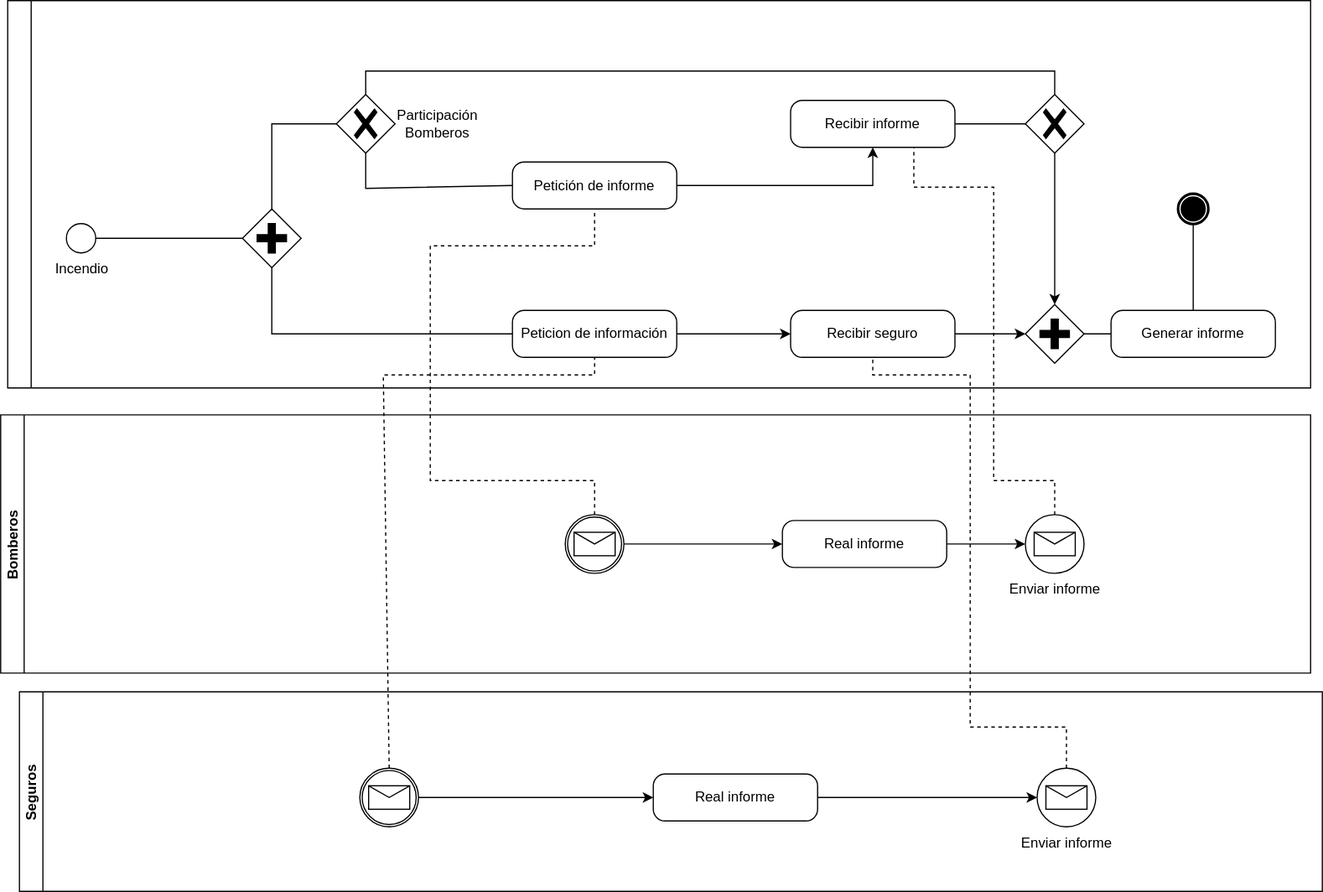
This is lab2/svgs/supuesto1.svg from javimlopez/INRE-UAL-Azul-2022, a draw.io export, as it was before one commit. Source tidied: cells renumbered, new cells last; positions are measured from the earlier drawing's top-left corner, leaving out a move shared by most shapes.
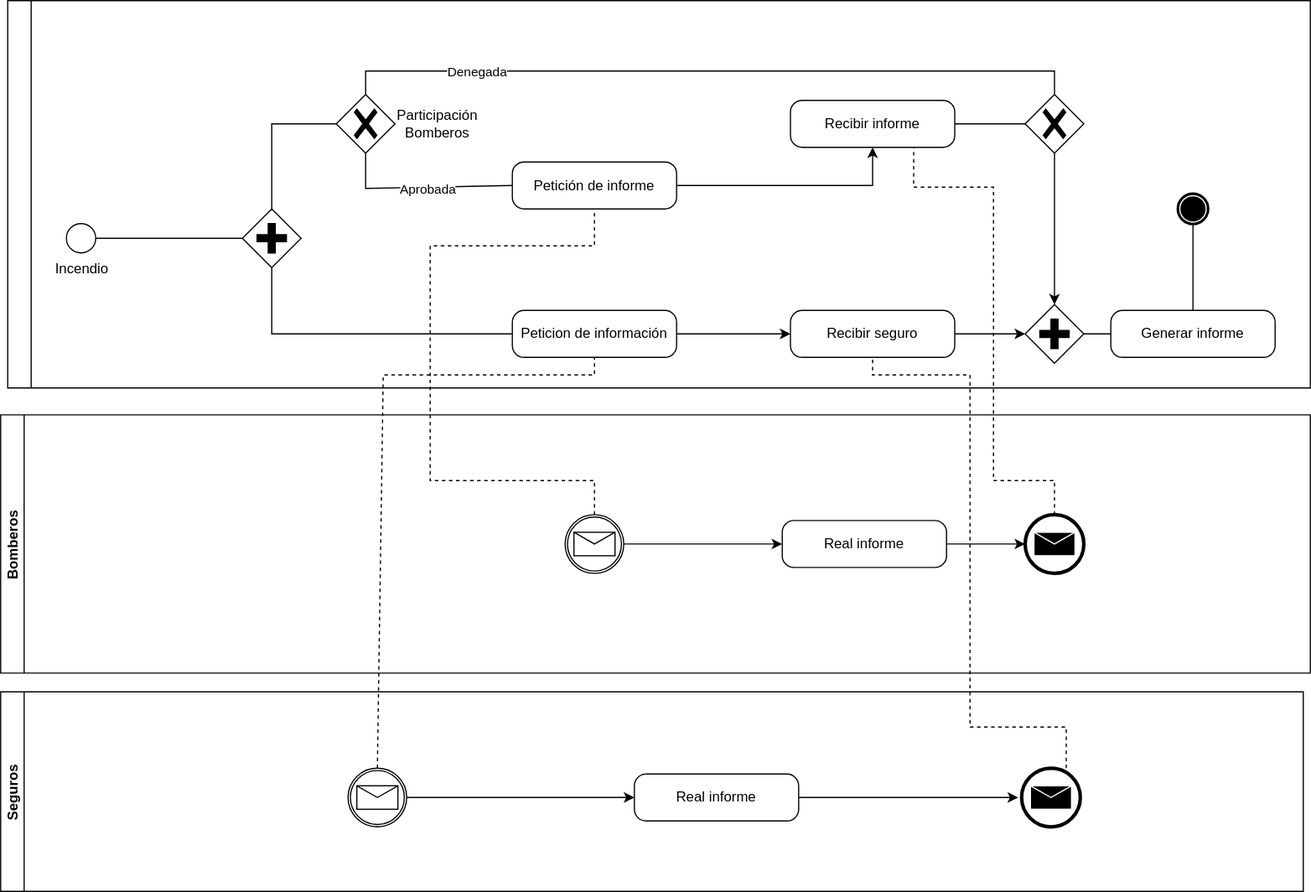
After the commit.

Commit message:
commmit lab1  35

What changed in the source:
```diff
@@ -41,9 +41,13 @@
       <mxGeometry relative="1" as="geometry">
         <Array as="points">
           <mxPoint x="305" y="160" />
+          <mxPoint x="360" y="159" />
         </Array>
       </mxGeometry>
     </mxCell>
+    <mxCell id="42" value="Aprobada" style="edgeLabel;html=1;align=center;verticalAlign=middle;" parent="11" vertex="1">
+      <mxGeometry x="0.06" y="-1" relative="1" as="geometry" />
+    </mxCell>
     <mxCell id="12" style="edgeStyle=orthogonalEdgeStyle;rounded=0;jettySize=auto;html=1;exitX=1;exitY=0.5;exitDx=0;exitDy=0;exitPerimeter=0;entryX=0;entryY=0.5;entryDx=0;entryDy=0;entryPerimeter=0;" parent="2" edge="1" source="13" target="17">
       <mxGeometry relative="1" as="geometry" />
     </mxCell>
@@ -85,6 +89,9 @@
         </Array>
       </mxGeometry>
     </mxCell>
+    <mxCell id="43" value="Denegada" style="edgeLabel;html=1;align=center;verticalAlign=middle;" parent="23" vertex="1">
+      <mxGeometry x="-0.64" relative="1" as="geometry" />
+    </mxCell>
     <mxCell id="24" style="edgeStyle=orthogonalEdgeStyle;rounded=0;jettySize=auto;html=1;exitX=1;exitY=0.5;exitDx=0;exitDy=0;exitPerimeter=0;entryX=0.5;entryY=1;entryDx=0;entryDy=0;entryPerimeter=0;" parent="2" edge="1" source="25" target="21">
       <mxGeometry relative="1" as="geometry" />
     </mxCell>
@@ -100,33 +107,37 @@
     <mxCell id="28" style="points=[[0.145,0.145,0],[0.5,0,0],[0.855,0.145,0],[1,0.5,0],[0.855,0.855,0],[0.5,1,0],[0.145,0.855,0],[0,0.5,0]];shape=mxgraph.bpmn.event;html=1;verticalLabelPosition=bottom;labelBackgroundColor=#ffffff;verticalAlign=top;align=center;perimeter=ellipsePerimeter;outlineConnect=0;outline=boundInt;symbol=message;" parent="26" vertex="1">
       <mxGeometry x="481" y="85" width="50" height="50" as="geometry" />
     </mxCell>
-    <mxCell id="29" style="edgeStyle=orthogonalEdgeStyle;rounded=0;jettySize=auto;html=1;entryX=0;entryY=0.5;entryDx=0;entryDy=0;entryPerimeter=0;" parent="26" edge="1" source="30" target="31">
-      <mxGeometry relative="1" as="geometry" />
+    <mxCell id="29" style="edgeStyle=orthogonalEdgeStyle;rounded=0;jettySize=auto;html=1;entryX=0;entryY=0.5;entryDx=0;entryDy=0;entryPerimeter=0;" parent="26" edge="1" source="30">
+      <mxGeometry relative="1" as="geometry">
+        <mxPoint x="873" y="110" as="targetPoint" />
+      </mxGeometry>
     </mxCell>
     <mxCell id="30" value="Real informe" style="points=[[0.25,0,0],[0.5,0,0],[0.75,0,0],[1,0.25,0],[1,0.5,0],[1,0.75,0],[0.75,1,0],[0.5,1,0],[0.25,1,0],[0,0.75,0],[0,0.5,0],[0,0.25,0]];shape=mxgraph.bpmn.task;whiteSpace=wrap;rectStyle=rounded;size=10;taskMarker=abstract;" parent="26" vertex="1">
       <mxGeometry x="666" y="90" width="140" height="40" as="geometry" />
     </mxCell>
-    <mxCell id="31" value="Enviar informe" style="points=[[0.145,0.145,0],[0.5,0,0],[0.855,0.145,0],[1,0.5,0],[0.855,0.855,0],[0.5,1,0],[0.145,0.855,0],[0,0.5,0]];shape=mxgraph.bpmn.event;html=1;verticalLabelPosition=bottom;labelBackgroundColor=#ffffff;verticalAlign=top;align=center;perimeter=ellipsePerimeter;outlineConnect=0;outline=standard;symbol=message;" parent="26" vertex="1">
-      <mxGeometry x="873" y="85" width="50" height="50" as="geometry" />
-    </mxCell>
+    <mxCell id="44" style="shape=mxgraph.bpmn.event;html=1;verticalLabelPosition=bottom;labelBackgroundColor=#ffffff;verticalAlign=top;align=center;perimeter=ellipsePerimeter;outline=end;symbol=message;" parent="26" vertex="1">
+      <mxGeometry x="873" y="85" width="50" height="50" as="geometry" />
+    </mxCell>
     <mxCell id="32" value="Seguros" style="swimlane;startSize=20;horizontal=0;" parent="1" vertex="1">
-      <mxGeometry x="16" y="589" width="1110" height="170" as="geometry" />
+      <mxGeometry y="589" width="1110" height="170" as="geometry" />
     </mxCell>
     <mxCell id="33" style="edgeStyle=orthogonalEdgeStyle;rounded=0;jettySize=auto;html=1;entryX=0;entryY=0.5;entryDx=0;entryDy=0;entryPerimeter=0;" parent="32" edge="1" source="34" target="36">
       <mxGeometry relative="1" as="geometry" />
     </mxCell>
     <mxCell id="34" style="points=[[0.145,0.145,0],[0.5,0,0],[0.855,0.145,0],[1,0.5,0],[0.855,0.855,0],[0.5,1,0],[0.145,0.855,0],[0,0.5,0]];shape=mxgraph.bpmn.event;html=1;verticalLabelPosition=bottom;labelBackgroundColor=#ffffff;verticalAlign=top;align=center;perimeter=ellipsePerimeter;outlineConnect=0;outline=boundInt;symbol=message;" parent="32" vertex="1">
-      <mxGeometry x="290" y="65" width="50" height="50" as="geometry" />
+      <mxGeometry x="296" y="65" width="50" height="50" as="geometry" />
     </mxCell>
-    <mxCell id="35" style="edgeStyle=orthogonalEdgeStyle;rounded=0;jettySize=auto;html=1;entryX=0;entryY=0.5;entryDx=0;entryDy=0;entryPerimeter=0;" parent="32" edge="1" source="36" target="37">
-      <mxGeometry relative="1" as="geometry" />
+    <mxCell id="35" style="edgeStyle=orthogonalEdgeStyle;rounded=0;jettySize=auto;html=1;entryX=0;entryY=0.5;entryDx=0;entryDy=0;entryPerimeter=0;" parent="32" edge="1" source="36">
+      <mxGeometry relative="1" as="geometry">
+        <mxPoint x="867" y="90" as="targetPoint" />
+      </mxGeometry>
     </mxCell>
     <mxCell id="36" value="Real informe" style="points=[[0.25,0,0],[0.5,0,0],[0.75,0,0],[1,0.25,0],[1,0.5,0],[1,0.75,0],[0.75,1,0],[0.5,1,0],[0.25,1,0],[0,0.75,0],[0,0.5,0],[0,0.25,0]];shape=mxgraph.bpmn.task;whiteSpace=wrap;rectStyle=rounded;size=10;taskMarker=abstract;" parent="32" vertex="1">
       <mxGeometry x="540" y="70" width="140" height="40" as="geometry" />
     </mxCell>
-    <mxCell id="37" value="Enviar informe" style="points=[[0.145,0.145,0],[0.5,0,0],[0.855,0.145,0],[1,0.5,0],[0.855,0.855,0],[0.5,1,0],[0.145,0.855,0],[0,0.5,0]];shape=mxgraph.bpmn.event;html=1;verticalLabelPosition=bottom;labelBackgroundColor=#ffffff;verticalAlign=top;align=center;perimeter=ellipsePerimeter;outlineConnect=0;outline=standard;symbol=message;" parent="32" vertex="1">
-      <mxGeometry x="867" y="65" width="50" height="50" as="geometry" />
-    </mxCell>
+    <mxCell id="45" style="shape=mxgraph.bpmn.event;html=1;verticalLabelPosition=bottom;labelBackgroundColor=#ffffff;verticalAlign=top;align=center;perimeter=ellipsePerimeter;outline=end;symbol=message;" parent="32" vertex="1">
+      <mxGeometry x="870" y="65" width="50" height="50" as="geometry" />
+    </mxCell>
     <mxCell id="38" style="endArrow=none;dashed=1;html=1;rounded=0;exitX=0.5;exitY=0;exitDx=0;exitDy=0;exitPerimeter=0;entryX=0.5;entryY=1;entryDx=0;entryDy=0;entryPerimeter=0;" parent="1" edge="1" source="28" target="25">
       <mxGeometry relative="1" as="geometry">
         <Array as="points">
@@ -137,8 +148,9 @@
         </Array>
       </mxGeometry>
     </mxCell>
-    <mxCell id="39" style="endArrow=none;dashed=1;html=1;rounded=0;entryX=0.75;entryY=1;entryDx=0;entryDy=0;entryPerimeter=0;exitX=0.5;exitY=0;exitDx=0;exitDy=0;exitPerimeter=0;" parent="1" edge="1" source="31" target="21">
+    <mxCell id="39" style="endArrow=none;dashed=1;html=1;rounded=0;entryX=0.75;entryY=1;entryDx=0;entryDy=0;entryPerimeter=0;exitX=0.5;exitY=0;exitDx=0;exitDy=0;exitPerimeter=0;" parent="1" edge="1" target="21">
       <mxGeometry relative="1" as="geometry">
+        <mxPoint x="898" y="438" as="sourcePoint" />
         <Array as="points">
           <mxPoint x="898" y="409" />
           <mxPoint x="846" y="409" />
@@ -155,8 +167,9 @@
         </Array>
       </mxGeometry>
     </mxCell>
-    <mxCell id="41" style="endArrow=none;dashed=1;html=1;rounded=0;exitX=0.5;exitY=0;exitDx=0;exitDy=0;exitPerimeter=0;entryX=0.5;entryY=1;entryDx=0;entryDy=0;entryPerimeter=0;" parent="1" edge="1" source="37" target="13">
+    <mxCell id="41" style="endArrow=none;dashed=1;html=1;rounded=0;exitX=0.5;exitY=0;exitDx=0;exitDy=0;exitPerimeter=0;entryX=0.5;entryY=1;entryDx=0;entryDy=0;entryPerimeter=0;" parent="1" edge="1" target="13">
       <mxGeometry relative="1" as="geometry">
+        <mxPoint x="908" y="654" as="sourcePoint" />
         <Array as="points">
           <mxPoint x="908" y="619" />
           <mxPoint x="826" y="619" />
```
